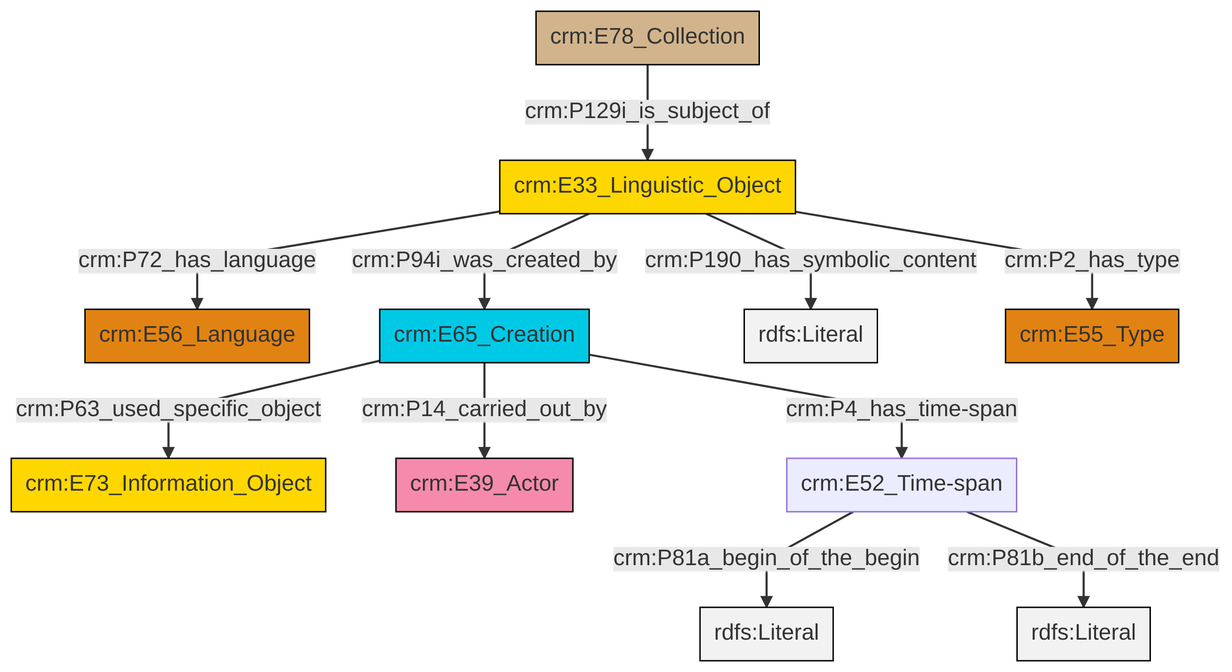
swiss-art-research-net/docs.swissartresearch keeps this Mermaid diagram as et/archivalCSV/ttl/mmd/png/archival_desc.png. Above is the earlier version. Its source is kept beside it as et/archivalCSV/ttl/mmd/archival_desc.ttl.mmd.
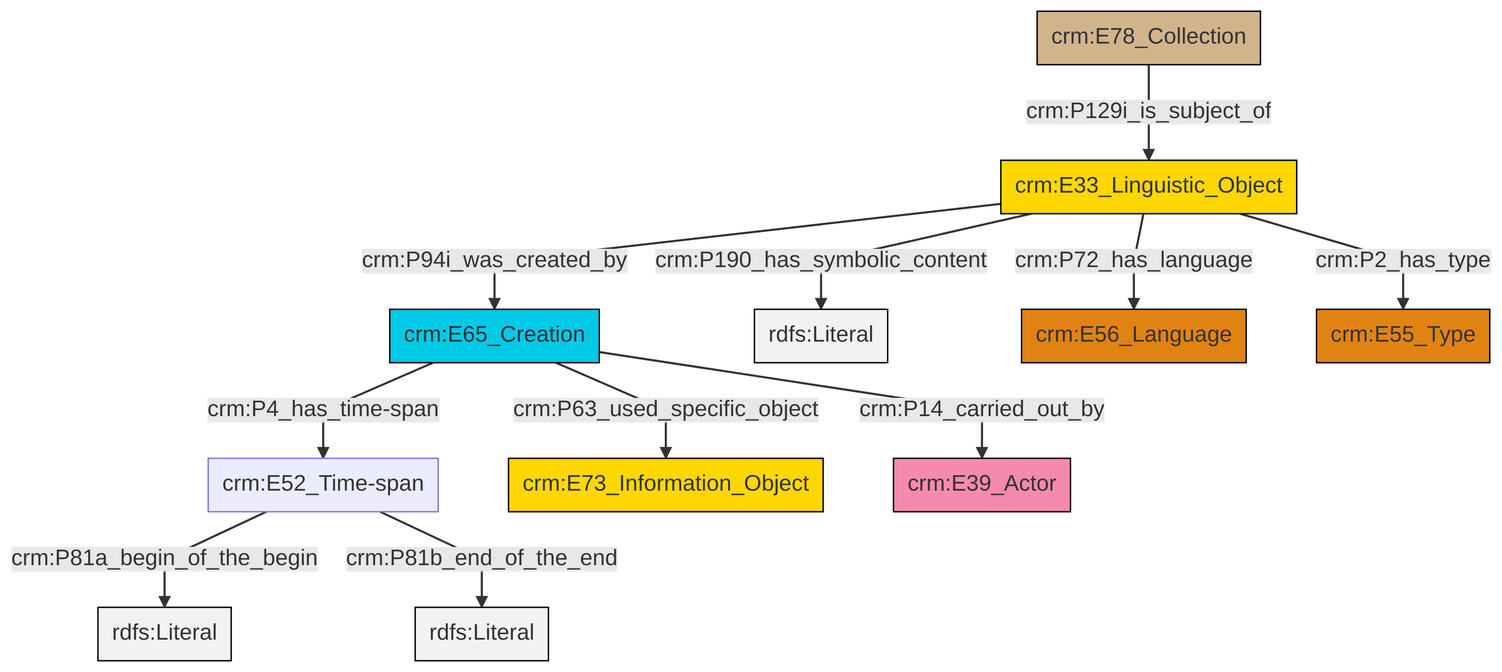
The same file after the commit.

Diff of the diagram source:
```diff
@@ -13,13 +13,13 @@
 classDef PC_Classes fill:#4ce600, stroke:#000000;
 classDef Multi fill:#cccccc,stroke:#000000;
 
-0["crm:E33_Linguistic_Object"]:::Conceptual_Object -->|crm:P72_has_language| 1["crm:E56_Language"]:::Type
-2["crm:E65_Creation"]:::Temporal_Entity -->|crm:P63_used_specific_object| 4["crm:E73_Information_Object"]:::Conceptual_Object
-0["crm:E33_Linguistic_Object"]:::Conceptual_Object -->|crm:P190_has_symbolic_content| 9[rdfs:Literal]:::Literal
-0["crm:E33_Linguistic_Object"]:::Conceptual_Object -->|crm:P2_has_type| 10["crm:E55_Type"]:::Type
-11["crm:E78_Collection"]:::Physical_Thing -->|crm:P129i_is_subject_of| 0["crm:E33_Linguistic_Object"]:::Conceptual_Object
-0["crm:E33_Linguistic_Object"]:::Conceptual_Object -->|crm:P94i_was_created_by| 2["crm:E65_Creation"]:::Temporal_Entity
-2["crm:E65_Creation"]:::Temporal_Entity -->|crm:P14_carried_out_by| 7["crm:E39_Actor"]:::Actor
-2["crm:E65_Creation"]:::Temporal_Entity -->|crm:P4_has_time-span| 13["crm:E52_Time-span"]:::Default
-13["crm:E52_Time-span"]:::Default -->|crm:P81a_begin_of_the_begin| 16[rdfs:Literal]:::Literal
-13["crm:E52_Time-span"]:::Default -->|crm:P81b_end_of_the_end| 17[rdfs:Literal]:::Literal
+0["crm:E33_Linguistic_Object"]:::Conceptual_Object -->|crm:P94i_was_created_by| 1["crm:E65_Creation"]:::Temporal_Entity
+2["crm:E52_Time-span"]:::Default -->|crm:P81a_begin_of_the_begin| 3[rdfs:Literal]:::Literal
+4["crm:E78_Collection"]:::Physical_Thing -->|crm:P129i_is_subject_of| 0["crm:E33_Linguistic_Object"]:::Conceptual_Object
+0["crm:E33_Linguistic_Object"]:::Conceptual_Object -->|crm:P190_has_symbolic_content| 5[rdfs:Literal]:::Literal
+2["crm:E52_Time-span"]:::Default -->|crm:P81b_end_of_the_end| 7[rdfs:Literal]:::Literal
+0["crm:E33_Linguistic_Object"]:::Conceptual_Object -->|crm:P72_has_language| 10["crm:E56_Language"]:::Type
+1["crm:E65_Creation"]:::Temporal_Entity -->|crm:P63_used_specific_object| 8["crm:E73_Information_Object"]:::Conceptual_Object
+1["crm:E65_Creation"]:::Temporal_Entity -->|crm:P4_has_time-span| 2["crm:E52_Time-span"]:::Default
+1["crm:E65_Creation"]:::Temporal_Entity -->|crm:P14_carried_out_by| 12["crm:E39_Actor"]:::Actor
+0["crm:E33_Linguistic_Object"]:::Conceptual_Object -->|crm:P2_has_type| 14["crm:E55_Type"]:::Type
```
